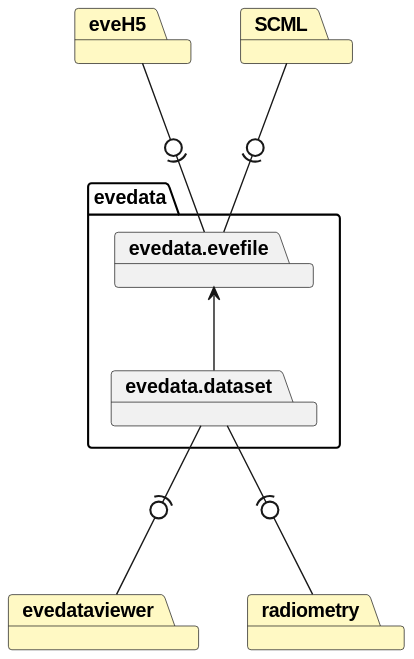
The PlantUML diagram docs/uml/evedata-in-context.svg in tillbiskup/evedata, before a commit.
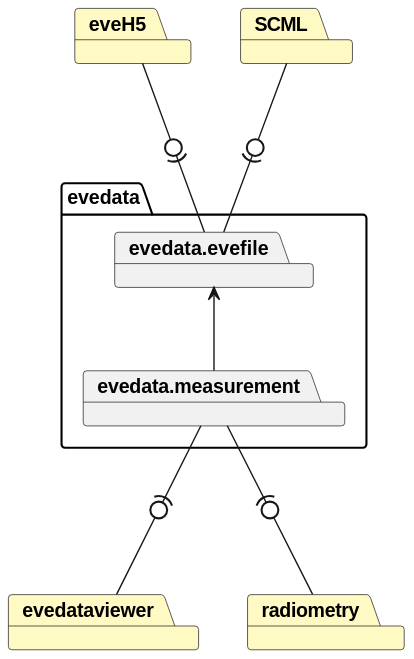
The same file after the commit.

Commit message:
Rename subpackage dataset to measurement

Change to the diagram source:
```diff
@@ -5,10 +5,10 @@
     package evedata.evefile {
     }
 
-    package evedata.dataset {
+    package evedata.measurement {
     }
 
-    evedata.evefile <-- evedata.dataset
+    evedata.evefile <-- evedata.measurement
 
 }
 
@@ -19,8 +19,8 @@
 SCML -0)-- evedata.evefile
 
 package evedataviewer #fff9c4
-evedata.dataset --(0- evedataviewer
+evedata.measurement --(0- evedataviewer
 
 package radiometry #fff9c4
-evedata.dataset --(0- radiometry
+evedata.measurement --(0- radiometry
 @enduml
```
